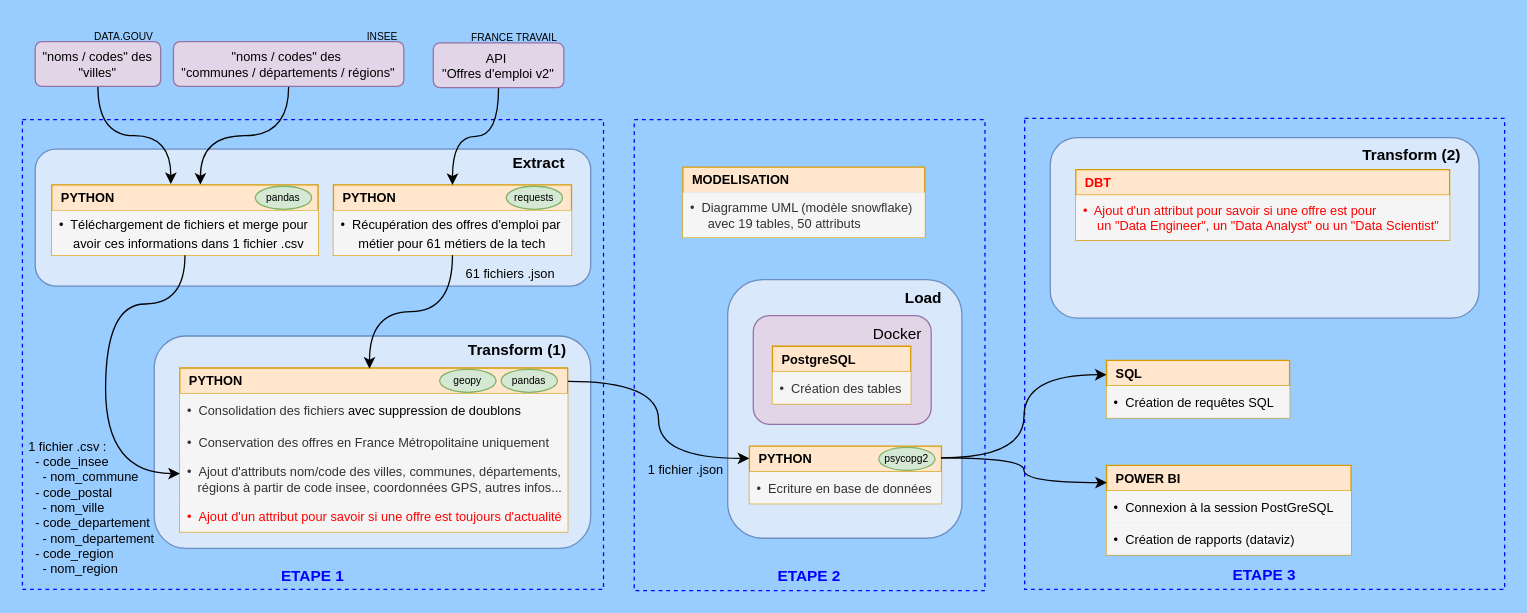
Before: workflow.drawio in vimchun/Job-Market-in-France, a draw.io diagram. Source tidied: cells renumbered, new cells numbered last; positions are measured from the earlier drawing's top-left corner, leaving out a move shared by most shapes. Both pictures are drawn from the tidied source at 128%, with x=0, y=0 at pixel (22, 22).
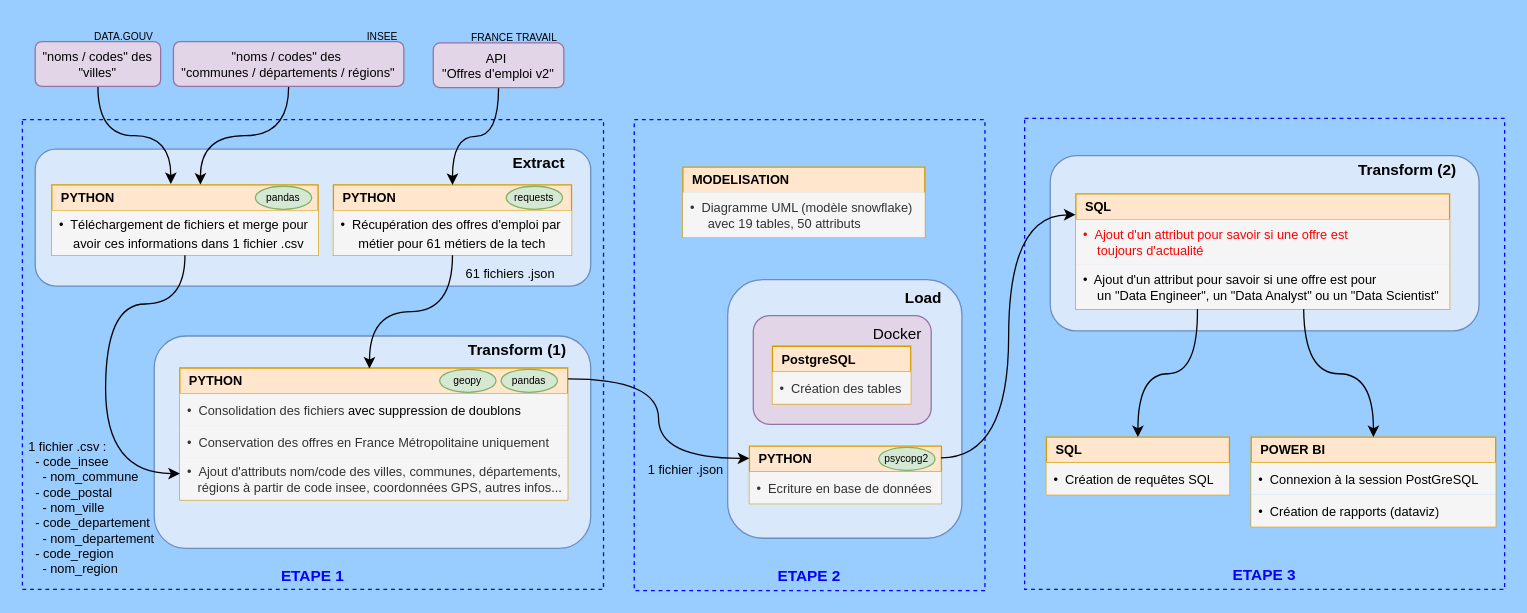
The same page after the edit.

Commit message (it also covers changes not shown here):
mise à jour des fichiers drawio (uml + workflow)

Unchanged cells that the change refers to:
```xml
<mxCell id="10" value="&lt;b&gt;&amp;nbsp; PYTHON&lt;/b&gt;" style="swimlane;fontStyle=0;horizontal=1;startSize=20;whiteSpace=wrap;html=1;fillColor=#ffe6cc;strokeColor=#d79b00;rounded=0;shadow=0;glass=0;align=left;verticalAlign=middle;fontFamily=Helvetica;fontSize=10;fontColor=default;" parent="1" vertex="1">
  <mxGeometry x="568" y="331" width="150" height="45" as="geometry" />
</mxCell>
```

The edit, as a diff of the source:
```diff
@@
     <mxCell id="16" value="&lt;b&gt;&lt;font style=&quot;font-size: 10px;&quot;&gt;&amp;nbsp; PYTHON&lt;/font&gt;&lt;/b&gt;" style="swimlane;fontStyle=0;horizontal=1;startSize=20;whiteSpace=wrap;html=1;fillColor=#ffe6cc;strokeColor=#d79b00;rounded=0;align=left;shadow=0;glass=0;verticalAlign=middle;fontFamily=Helvetica;fontSize=12;" parent="1" vertex="1">
-      <mxGeometry x="123" y="270" width="303" height="128" as="geometry" />
+      <mxGeometry x="123" y="270" width="303" height="103" as="geometry" />
     </mxCell>
@@
-    <mxCell id="20" value="•&amp;nbsp;&amp;nbsp;Ajout d'un attribut pour savoir si une offre est toujours d'actualité" style="text;strokeColor=none;fillColor=#f5f5f5;align=left;verticalAlign=middle;spacingLeft=4;spacingRight=4;overflow=hidden;whiteSpace=wrap;html=1;fontFamily=Helvetica;fontSize=10;fontColor=#FF0000;fontStyle=0;" parent="16" vertex="1">
-      <mxGeometry y="103" width="303" height="25" as="geometry" />
-    </mxCell>
@@
     <mxCell id="31" value="&lt;b&gt;&amp;nbsp; POWER BI&lt;/b&gt;" style="swimlane;fontStyle=0;horizontal=1;startSize=20;whiteSpace=wrap;html=1;fillColor=#ffe6cc;strokeColor=#d79b00;rounded=0;align=left;swimlaneLine=1;glass=0;shadow=0;swimlaneHead=1;swimlaneBody=1;verticalAlign=middle;fontFamily=Helvetica;fontSize=10;fontColor=default;" parent="1" vertex="1">
-      <mxGeometry x="847" y="346" width="191" height="70" as="geometry" />
+      <mxGeometry x="960" y="324" width="191" height="70" as="geometry" />
     </mxCell>
@@
-    <mxCell id="47" style="edgeStyle=orthogonalEdgeStyle;rounded=0;jettySize=auto;html=1;entryX=0.001;entryY=0.193;entryDx=0;entryDy=0;curved=1;entryPerimeter=0;exitX=0.998;exitY=0.205;exitDx=0;exitDy=0;exitPerimeter=0;" parent="1" edge="1" source="10" target="31">
-      <mxGeometry relative="1" as="geometry" />
-    </mxCell>
-    <mxCell id="48" value="&lt;div&gt;&lt;span style=&quot;background-color: transparent; color: light-dark(rgb(0, 0, 0), rgb(255, 255, 255));&quot;&gt;&lt;br&gt;&lt;/span&gt;&lt;/div&gt;&lt;div&gt;&lt;span style=&quot;background-color: transparent; color: light-dark(rgb(0, 0, 0), rgb(255, 255, 255));&quot;&gt;&lt;br&gt;&lt;/span&gt;&lt;/div&gt;&lt;div&gt;&lt;span style=&quot;background-color: transparent; color: light-dark(rgb(0, 0, 0), rgb(255, 255, 255));&quot;&gt;&lt;br&gt;&lt;/span&gt;&lt;/div&gt;&lt;div&gt;&lt;span style=&quot;background-color: transparent; color: light-dark(rgb(0, 0, 0), rgb(255, 255, 255));&quot;&gt;&amp;nbsp; &amp;nbsp; &amp;nbsp; &amp;nbsp; &amp;nbsp; &amp;nbsp; &amp;nbsp; &amp;nbsp; &amp;nbsp; &amp;nbsp; &amp;nbsp; &amp;nbsp; &amp;nbsp; &amp;nbsp; &amp;nbsp; &amp;nbsp; &amp;nbsp; &amp;nbsp; &amp;nbsp; &amp;nbsp; &amp;nbsp; &amp;nbsp; &amp;nbsp; &amp;nbsp; &amp;nbsp; &amp;nbsp; &amp;nbsp; &amp;nbsp; &amp;nbsp; &amp;nbsp; &amp;nbsp; &amp;nbsp; &amp;nbsp; &amp;nbsp; &amp;nbsp;&lt;/span&gt;&lt;b style=&quot;background-color: transparent; color: light-dark(rgb(0, 0, 0), rgb(255, 255, 255));&quot;&gt;Transform (2)&lt;/b&gt;&lt;/div&gt;&lt;div&gt;&lt;br&gt;&lt;/div&gt;&lt;div&gt;&lt;br&gt;&lt;/div&gt;&lt;div&gt;&lt;br&gt;&lt;/div&gt;&lt;div&gt;&lt;br&gt;&lt;/div&gt;&lt;div&gt;&lt;br&gt;&lt;/div&gt;&lt;div&gt;&lt;br&gt;&lt;/div&gt;&lt;div&gt;&lt;br&gt;&lt;/div&gt;&lt;div&gt;&lt;br&gt;&lt;/div&gt;&lt;div&gt;&lt;br&gt;&lt;/div&gt;&lt;div&gt;&lt;br&gt;&lt;/div&gt;&lt;div&gt;&lt;br&gt;&lt;/div&gt;" style="rounded=1;whiteSpace=wrap;html=1;fillColor=#dae8fc;strokeColor=#6c8ebf;" parent="1" vertex="1">
-      <mxGeometry x="803" y="90" width="335" height="141" as="geometry" />
+    <mxCell id="48" value="&lt;div&gt;&lt;span style=&quot;background-color: transparent; color: light-dark(rgb(0, 0, 0), rgb(255, 255, 255));&quot;&gt;&amp;nbsp; &amp;nbsp; &amp;nbsp; &amp;nbsp; &amp;nbsp; &amp;nbsp; &amp;nbsp; &amp;nbsp; &amp;nbsp; &amp;nbsp; &amp;nbsp; &amp;nbsp; &amp;nbsp; &amp;nbsp; &amp;nbsp; &amp;nbsp; &amp;nbsp; &amp;nbsp; &amp;nbsp; &amp;nbsp; &amp;nbsp; &amp;nbsp; &amp;nbsp; &amp;nbsp; &amp;nbsp; &amp;nbsp; &amp;nbsp; &amp;nbsp; &amp;nbsp; &amp;nbsp; &amp;nbsp; &amp;nbsp; &amp;nbsp; &amp;nbsp;&lt;/span&gt;&lt;b style=&quot;background-color: transparent; color: light-dark(rgb(0, 0, 0), rgb(255, 255, 255));&quot;&gt;Transform (2)&lt;/b&gt;&lt;/div&gt;&lt;div&gt;&lt;b style=&quot;background-color: transparent; color: light-dark(rgb(0, 0, 0), rgb(255, 255, 255));&quot;&gt;&lt;br&gt;&lt;/b&gt;&lt;/div&gt;&lt;div&gt;&lt;b style=&quot;background-color: transparent; color: light-dark(rgb(0, 0, 0), rgb(255, 255, 255));&quot;&gt;&lt;br&gt;&lt;/b&gt;&lt;/div&gt;&lt;div&gt;&lt;b style=&quot;background-color: transparent; color: light-dark(rgb(0, 0, 0), rgb(255, 255, 255));&quot;&gt;&lt;br&gt;&lt;/b&gt;&lt;/div&gt;&lt;div&gt;&lt;b style=&quot;background-color: transparent; color: light-dark(rgb(0, 0, 0), rgb(255, 255, 255));&quot;&gt;&lt;br&gt;&lt;/b&gt;&lt;/div&gt;&lt;div&gt;&lt;b style=&quot;background-color: transparent; color: light-dark(rgb(0, 0, 0), rgb(255, 255, 255));&quot;&gt;&lt;br&gt;&lt;/b&gt;&lt;/div&gt;&lt;div&gt;&lt;b style=&quot;background-color: transparent; color: light-dark(rgb(0, 0, 0), rgb(255, 255, 255));&quot;&gt;&lt;br&gt;&lt;/b&gt;&lt;/div&gt;&lt;div&gt;&lt;b style=&quot;background-color: transparent; color: light-dark(rgb(0, 0, 0), rgb(255, 255, 255));&quot;&gt;&lt;br&gt;&lt;/b&gt;&lt;/div&gt;&lt;div&gt;&lt;b style=&quot;background-color: transparent; color: light-dark(rgb(0, 0, 0), rgb(255, 255, 255));&quot;&gt;&lt;br&gt;&lt;/b&gt;&lt;/div&gt;" style="rounded=1;whiteSpace=wrap;html=1;fillColor=#dae8fc;strokeColor=#6c8ebf;" parent="1" vertex="1">
+      <mxGeometry x="803" y="104" width="335" height="137" as="geometry" />
     </mxCell>
-    <mxCell id="49" value="&lt;b&gt;&lt;font style=&quot;font-size: 10px;&quot;&gt;&amp;nbsp; DBT&lt;/font&gt;&lt;/b&gt;" style="swimlane;fontStyle=0;horizontal=1;startSize=20;whiteSpace=wrap;html=1;fillColor=#ffe6cc;strokeColor=#d79b00;rounded=0;align=left;shadow=0;glass=0;verticalAlign=middle;fontFamily=Helvetica;fontSize=12;fontColor=light-dark(#ff0000, #ededed);" parent="1" vertex="1">
-      <mxGeometry x="823" y="115" width="292" height="55" as="geometry" />
+    <mxCell id="49" value="&lt;b&gt;&lt;font style=&quot;font-size: 10px;&quot;&gt;&amp;nbsp; &lt;font style=&quot;color: rgb(0, 0, 0);&quot;&gt;SQL&lt;/font&gt;&lt;/font&gt;&lt;/b&gt;" style="swimlane;fontStyle=0;horizontal=1;startSize=20;whiteSpace=wrap;html=1;fillColor=#ffe6cc;strokeColor=#d79b00;rounded=0;align=left;shadow=0;glass=0;verticalAlign=middle;fontFamily=Helvetica;fontSize=12;fontColor=light-dark(#ff0000, #ededed);" parent="1" vertex="1">
+      <mxGeometry x="823" y="134" width="292" height="90" as="geometry" />
     </mxCell>
-    <mxCell id="50" value="•&amp;nbsp; Ajout d'un attribut pour savoir si une offre est pour&amp;nbsp;&lt;div&gt;&lt;span style=&quot;background-color: transparent;&quot;&gt;&amp;nbsp; &amp;nbsp; un &quot;Data Engineer&quot;, un &quot;Data Analyst&quot; ou un &quot;Data Scientist&quot;&lt;/span&gt;&lt;/div&gt;" style="text;strokeColor=none;fillColor=#f5f5f5;align=left;verticalAlign=middle;spacingLeft=4;spacingRight=4;overflow=hidden;whiteSpace=wrap;html=1;fontFamily=Helvetica;fontSize=10;fontColor=#FF0000;fontStyle=0;" parent="49" vertex="1">
+    <mxCell id="50" value="&lt;span style=&quot;color: rgb(255, 0, 0);&quot;&gt;•&amp;nbsp;&amp;nbsp;Ajout d'un attribut pour savoir si une offre est&amp;nbsp;&lt;/span&gt;&lt;div&gt;&lt;span style=&quot;color: rgb(255, 0, 0);&quot;&gt;&amp;nbsp; &amp;nbsp; toujours d'actualité&lt;/span&gt;&lt;/div&gt;" style="text;strokeColor=none;fillColor=#f5f5f5;align=left;verticalAlign=middle;spacingLeft=4;spacingRight=4;overflow=hidden;whiteSpace=wrap;html=1;fontFamily=Helvetica;fontSize=10;fontColor=#000000;fontStyle=0;" parent="49" vertex="1">
       <mxGeometry y="20" width="292" height="35" as="geometry" />
     </mxCell>
+    <mxCell id="54" value="•&amp;nbsp; Ajout d'un attribut pour savoir si une offre est pour&amp;nbsp;&lt;div&gt;&lt;span style=&quot;background-color: transparent;&quot;&gt;&amp;nbsp; &amp;nbsp; un &quot;Data Engineer&quot;, un &quot;Data Analyst&quot; ou un &quot;Data Scientist&quot;&lt;/span&gt;&lt;/div&gt;" style="text;strokeColor=none;fillColor=#f5f5f5;align=left;verticalAlign=middle;spacingLeft=4;spacingRight=4;overflow=hidden;whiteSpace=wrap;html=1;fontFamily=Helvetica;fontSize=10;fontColor=#000000;fontStyle=0;" parent="49" vertex="1">
+      <mxGeometry y="55" width="292" height="35" as="geometry" />
+    </mxCell>
     <mxCell id="51" value="&lt;b&gt;&amp;nbsp; SQL&lt;/b&gt;" style="swimlane;fontStyle=0;horizontal=1;startSize=20;whiteSpace=wrap;html=1;fillColor=#ffe6cc;strokeColor=#d79b00;rounded=0;align=left;swimlaneLine=1;glass=0;shadow=0;swimlaneHead=1;swimlaneBody=1;verticalAlign=middle;fontFamily=Helvetica;fontSize=10;fontColor=default;" parent="1" vertex="1">
-      <mxGeometry x="847" y="264" width="143" height="45" as="geometry" />
+      <mxGeometry x="800" y="324" width="143" height="45" as="geometry" />
     </mxCell>
@@
-    <mxCell id="53" style="edgeStyle=orthogonalEdgeStyle;rounded=0;jettySize=auto;html=1;curved=1;exitX=0.998;exitY=0.205;exitDx=0;exitDy=0;exitPerimeter=0;entryX=0;entryY=0.25;entryDx=0;entryDy=0;" parent="1" edge="1" source="10" target="51">
+    <mxCell id="53" style="edgeStyle=orthogonalEdgeStyle;rounded=0;jettySize=auto;html=1;curved=1;exitX=0.998;exitY=0.205;exitDx=0;exitDy=0;exitPerimeter=0;entryX=-0.001;entryY=0.181;entryDx=0;entryDy=0;entryPerimeter=0;" parent="1" edge="1" source="10" target="49">
       <mxGeometry relative="1" as="geometry" />
     </mxCell>
+    <mxCell id="55" style="edgeStyle=orthogonalEdgeStyle;rounded=0;jettySize=auto;html=1;entryX=0.5;entryY=0;entryDx=0;entryDy=0;curved=1;" parent="1" edge="1" target="31">
+      <mxGeometry relative="1" as="geometry">
+        <mxPoint x="1001" y="224" as="sourcePoint" />
+      </mxGeometry>
+    </mxCell>
+    <mxCell id="56" style="edgeStyle=orthogonalEdgeStyle;rounded=0;jettySize=auto;html=1;entryX=0.5;entryY=0;entryDx=0;entryDy=0;curved=1;" parent="1" edge="1" target="51">
+      <mxGeometry relative="1" as="geometry">
+        <mxPoint x="918" y="224" as="sourcePoint" />
+      </mxGeometry>
+    </mxCell>
```
